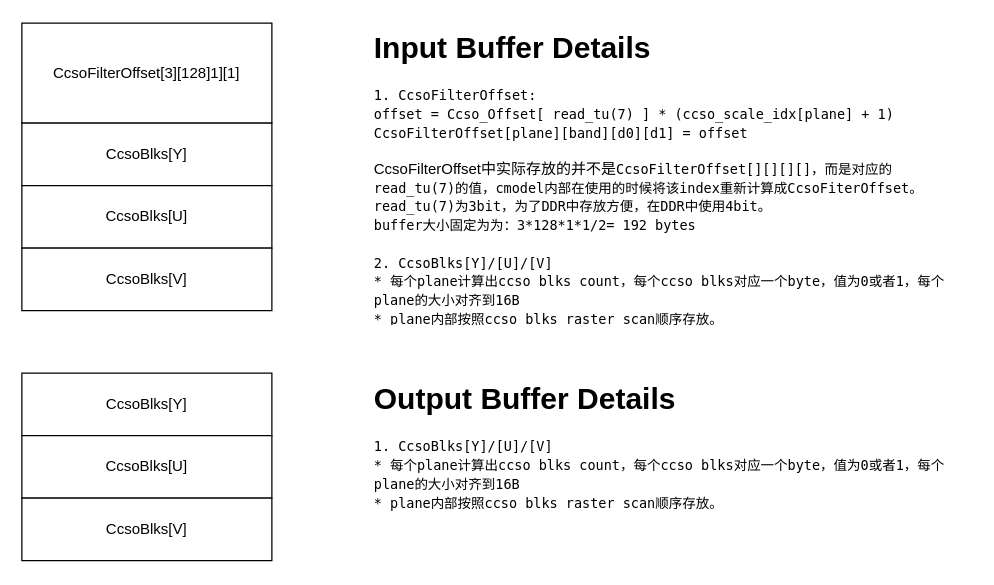
The draw.io diagram page "ccso" (1 of 2) of av2_input_buffers.drawio in chenmin82/diagrams, before the edit. Source tidied: cells renumbered, new cells numbered last; positions are measured from the earlier drawing's top-left corner, leaving out a move shared by most shapes. Both pictures are drawn from the tidied source at 125%, with x=0, y=0 at pixel (21, 21).
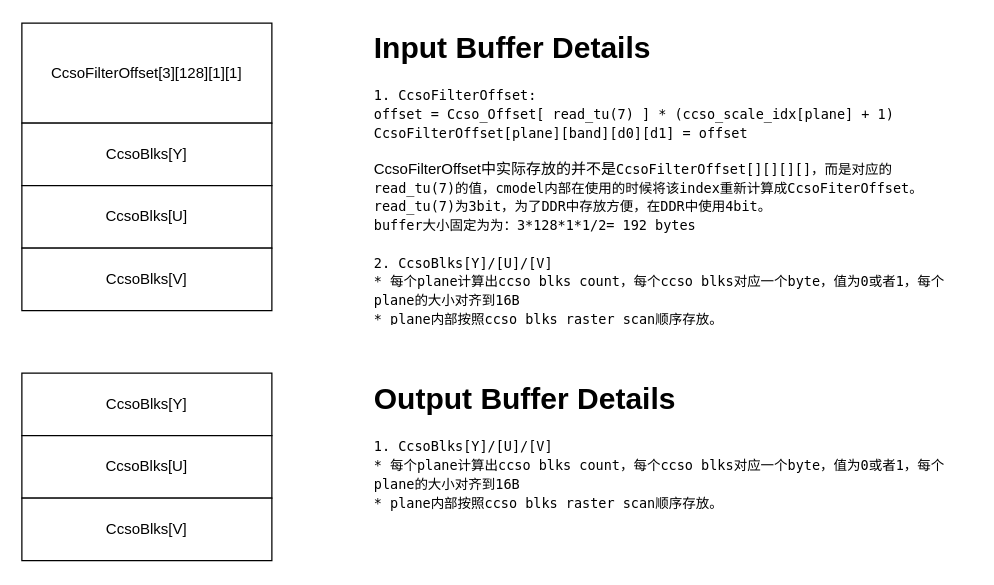
Above is the later version.

The edit, as a diff of the source:
```diff
@@
 <mxGraphModel>
   <root>
     <mxCell id="0" />
     <mxCell id="1" parent="0" />
-    <mxCell id="2" value="CcsoFilterOffset[3][128]1][1]" style="rounded=0;whiteSpace=wrap;html=1;" parent="1" vertex="1">
+    <mxCell id="2" value="CcsoFilterOffset[3][128][1][1]" style="rounded=0;whiteSpace=wrap;html=1;" parent="1" vertex="1">
       <mxGeometry y="1" width="200" height="80" as="geometry" />
     </mxCell>
     <mxCell id="3" value="CcsoBlks[Y]" style="rounded=0;whiteSpace=wrap;html=1;" parent="1" vertex="1">
       <mxGeometry y="81" width="200" height="50" as="geometry" />
     </mxCell>
     <mxCell id="4" value="CcsoBlks[U]" style="rounded=0;whiteSpace=wrap;html=1;" parent="1" vertex="1">
       <mxGeometry y="131" width="200" height="50" as="geometry" />
     </mxCell>
     <mxCell id="5" value="&lt;div&gt;CcsoBlks[V]&lt;br&gt;&lt;/div&gt;" style="rounded=0;whiteSpace=wrap;html=1;" parent="1" vertex="1">
       <mxGeometry y="181" width="200" height="50" as="geometry" />
     </mxCell>
     <mxCell id="6" value="&lt;h1 style=&quot;margin-top: 0px;&quot;&gt;Input Buffer Details&lt;/h1&gt;&lt;div&gt;&lt;span style=&quot;font-family: Menlo, Consolas, &amp;quot;DejaVu Sans Mono&amp;quot;, Monaco, monospace; font-size: 0.9em; orphans: 3; widows: 3; grid-column: 2 / auto;&quot; class=&quot;line&quot;&gt;1. CcsoFilterOffset:&lt;br&gt;offset = Ccso_Offset[ read_tu(7) ] * (ccso_scale_idx[plane] + 1)&lt;/span&gt;&lt;span style=&quot;font-family: Menlo, Consolas, &amp;quot;DejaVu Sans Mono&amp;quot;, Monaco, monospace; font-size: 0.9em; orphans: 3; widows: 3; grid-column: 1 / auto; color: gray;&quot; class=&quot;line-no&quot;&gt;&lt;/span&gt;&lt;span style=&quot;font-family: Menlo, Consolas, &amp;quot;DejaVu Sans Mono&amp;quot;, Monaco, monospace; font-size: 0.9em; orphans: 3; widows: 3; grid-column: 2 / auto; background: var(--highlight-hover-bg);&quot; class=&quot;line&quot;&gt;                        CcsoFilterOffset[plane][band][d0][d1] = offset&lt;/span&gt;&lt;/div&gt;&lt;div&gt;&lt;br&gt;&lt;/div&gt;&lt;div&gt;CcsoFilterOffset中实际存放的并不是&lt;span style=&quot;font-family: Menlo, Consolas, &amp;quot;DejaVu Sans Mono&amp;quot;, Monaco, monospace; font-size: 10.8px; orphans: 3; widows: 3; background-color: transparent;&quot;&gt;CcsoFilterOffset[][][][]，而是对应的&lt;/span&gt;&lt;span style=&quot;background-color: transparent; font-size: 10.8px; font-family: Menlo, Consolas, &amp;quot;DejaVu Sans Mono&amp;quot;, Monaco, monospace; orphans: 3; widows: 3;&quot;&gt;read_tu(7)的值，cmodel内部在使用的时候将该index重新计算成CcsoFiterOffset。read_tu(7)为3bit，为了DDR中存放方便，在DDR中使用4bit。&lt;/span&gt;&lt;/div&gt;&lt;div style=&quot;orphans: 3; widows: 3;&quot;&gt;&lt;font face=&quot;Menlo, Consolas, DejaVu Sans Mono, Monaco, monospace&quot;&gt;&lt;span style=&quot;font-size: 10.8px;&quot;&gt;buffer大小固定为为：3*128*1*1/2= 192 bytes&lt;/span&gt;&lt;/font&gt;&lt;/div&gt;&lt;div style=&quot;orphans: 3; widows: 3;&quot;&gt;&lt;font face=&quot;Menlo, Consolas, DejaVu Sans Mono, Monaco, monospace&quot;&gt;&lt;span style=&quot;font-size: 10.8px;&quot;&gt;&lt;br&gt;&lt;/span&gt;&lt;/font&gt;&lt;/div&gt;&lt;div style=&quot;orphans: 3; widows: 3;&quot;&gt;&lt;font face=&quot;Menlo, Consolas, DejaVu Sans Mono, Monaco, monospace&quot;&gt;&lt;span style=&quot;font-size: 10.8px;&quot;&gt;2. CcsoBlks[Y]/[U]/[V]&lt;/span&gt;&lt;/font&gt;&lt;/div&gt;&lt;div style=&quot;orphans: 3; widows: 3;&quot;&gt;&lt;font face=&quot;Menlo, Consolas, DejaVu Sans Mono, Monaco, monospace&quot;&gt;&lt;span style=&quot;font-size: 10.8px;&quot;&gt;* 每个plane计算出ccso blks count，每个&lt;/span&gt;&lt;/font&gt;&lt;span style=&quot;font-family: Menlo, Consolas, &amp;quot;DejaVu Sans Mono&amp;quot;, Monaco, monospace; font-size: 10.8px;&quot;&gt;ccso blks&lt;/span&gt;&lt;font face=&quot;Menlo, Consolas, DejaVu Sans Mono, Monaco, monospace&quot;&gt;&lt;span style=&quot;font-size: 10.8px;&quot;&gt;对应一个byte，值为0或者1，每个plane的大小对齐到16B&lt;/span&gt;&lt;/font&gt;&lt;/div&gt;&lt;div style=&quot;orphans: 3; widows: 3;&quot;&gt;&lt;font face=&quot;Menlo, Consolas, DejaVu Sans Mono, Monaco, monospace&quot;&gt;&lt;span style=&quot;font-size: 10.8px;&quot;&gt;* plane内部按照ccso blks raster scan顺序存放。&lt;/span&gt;&lt;/font&gt;&lt;/div&gt;" style="text;html=1;whiteSpace=wrap;overflow=hidden;rounded=0;" parent="1" vertex="1">
       <mxGeometry x="280" width="480" height="240" as="geometry" />
     </mxCell>
     <mxCell id="7" value="CcsoBlks[Y]" style="rounded=0;whiteSpace=wrap;html=1;" parent="1" vertex="1">
       <mxGeometry y="281" width="200" height="50" as="geometry" />
     </mxCell>
     <mxCell id="8" value="CcsoBlks[U]" style="rounded=0;whiteSpace=wrap;html=1;" parent="1" vertex="1">
       <mxGeometry y="331" width="200" height="50" as="geometry" />
     </mxCell>
     <mxCell id="9" value="&lt;div&gt;CcsoBlks[V]&lt;br&gt;&lt;/div&gt;" style="rounded=0;whiteSpace=wrap;html=1;" parent="1" vertex="1">
       <mxGeometry y="381" width="200" height="50" as="geometry" />
     </mxCell>
     <mxCell id="10" value="&lt;h1 style=&quot;margin-top: 0px;&quot;&gt;Output Buffer Details&lt;/h1&gt;&lt;div&gt;&lt;span style=&quot;font-size: 10.8px; font-family: Menlo, Consolas, &amp;quot;DejaVu Sans Mono&amp;quot;, Monaco, monospace; orphans: 3; widows: 3; background-color: transparent;&quot;&gt;1. CcsoBlks[Y]/[U]/[V]&lt;/span&gt;&lt;br&gt;&lt;/div&gt;&lt;div style=&quot;orphans: 3; widows: 3;&quot;&gt;&lt;font face=&quot;Menlo, Consolas, DejaVu Sans Mono, Monaco, monospace&quot;&gt;&lt;span style=&quot;font-size: 10.8px;&quot;&gt;* 每个plane计算出ccso blks count，每个&lt;/span&gt;&lt;/font&gt;&lt;span style=&quot;font-family: Menlo, Consolas, &amp;quot;DejaVu Sans Mono&amp;quot;, Monaco, monospace; font-size: 10.8px;&quot;&gt;ccso blks&lt;/span&gt;&lt;font face=&quot;Menlo, Consolas, DejaVu Sans Mono, Monaco, monospace&quot;&gt;&lt;span style=&quot;font-size: 10.8px;&quot;&gt;对应一个byte，值为0或者1，每个plane的大小对齐到16B&lt;/span&gt;&lt;/font&gt;&lt;/div&gt;&lt;div style=&quot;orphans: 3; widows: 3;&quot;&gt;&lt;font face=&quot;Menlo, Consolas, DejaVu Sans Mono, Monaco, monospace&quot;&gt;&lt;span style=&quot;font-size: 10.8px;&quot;&gt;* plane内部按照ccso blks raster scan顺序存放。&lt;/span&gt;&lt;/font&gt;&lt;/div&gt;" style="text;html=1;whiteSpace=wrap;overflow=hidden;rounded=0;" parent="1" vertex="1">
       <mxGeometry x="280" y="281" width="480" height="150" as="geometry" />
     </mxCell>
   </root>
 </mxGraphModel>
```
